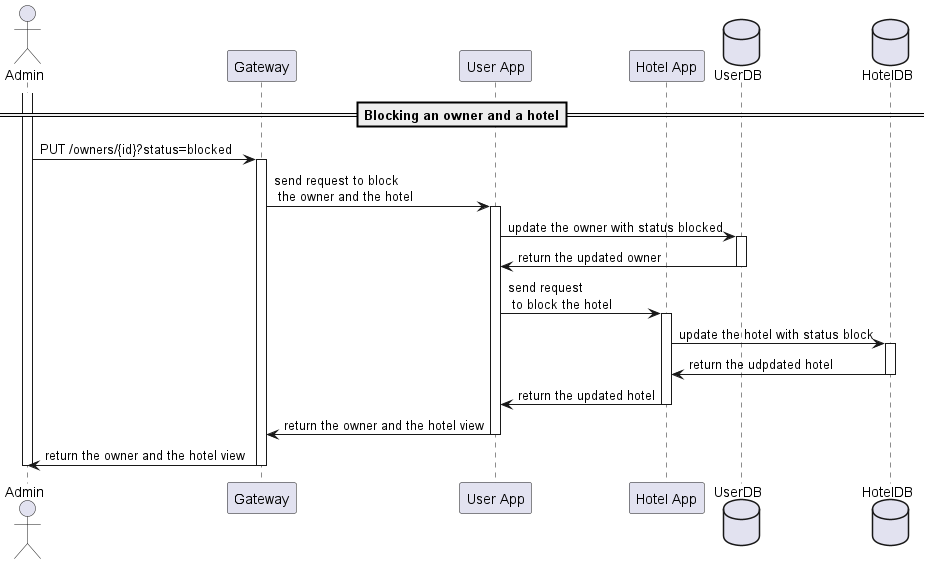
Before: image/blockOwner.png, a diagram exported from PlantUML (OlgaDobrodey/sequence-diagram).
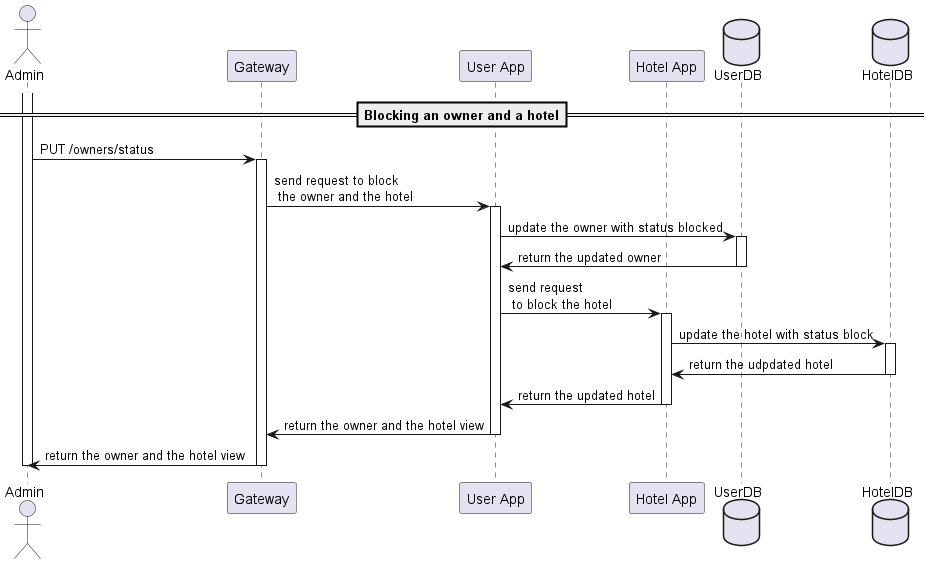
Above is the later version.

Diff of the diagram source:
```diff
@@ -10,7 +10,7 @@
 
 ==Blocking an owner and a hotel==
     activate user
-user -> gw :PUT /owners/{id}?status=blocked
+user -> gw :PUT /owners/status
     activate gw
 gw -> us: send request to block\n the owner and the hotel
     activate us
```
